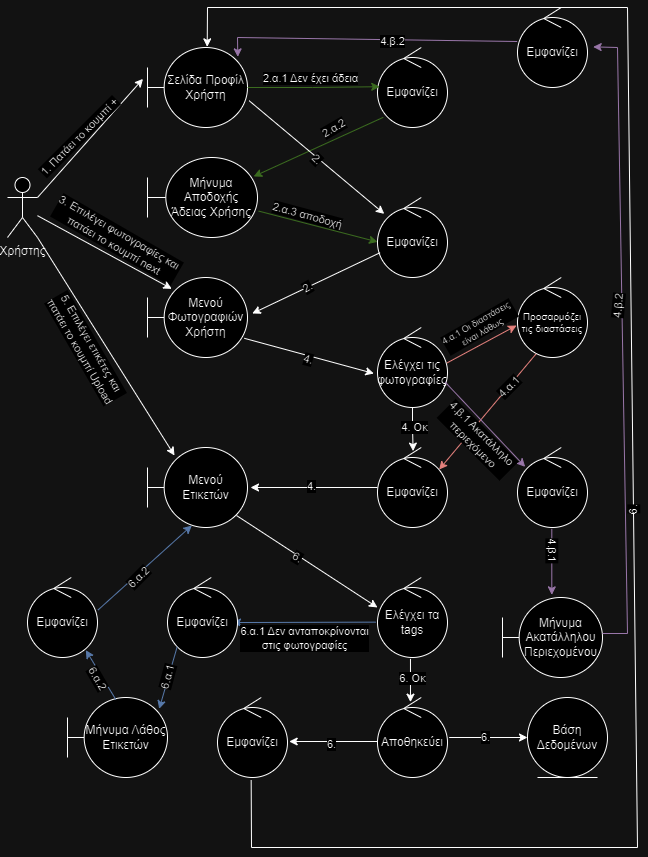
Above: Παραδοτέα/v0.1/components/robustness-diagrams/Robustness_Diagram_Ανέβασμα_Συνόλου.png in WhatToWear-org/WhatToWear (draw.io), before the change. Source tidied: cells renumbered, new cells last; positions are measured from the earlier drawing's top-left corner, leaving out a move shared by most shapes. Its diagram source:
```xml
<mxGraphModel>
  <root>
    <mxCell id="0" />
    <mxCell id="1" parent="0" />
    <mxCell id="2" value="Χρήστης" style="shape=umlActor;verticalLabelPosition=bottom;verticalAlign=top;html=1;" parent="1" vertex="1">
      <mxGeometry y="170" width="30" height="60" as="geometry" />
    </mxCell>
    <mxCell id="3" value="Σελίδα Προφίλ Χρήστη" style="shape=umlBoundary;whiteSpace=wrap;html=1;" parent="1" vertex="1">
      <mxGeometry x="140" y="40" width="100" height="80" as="geometry" />
    </mxCell>
    <mxCell id="4" value="Εμφανίζει" style="ellipse;shape=umlControl;whiteSpace=wrap;html=1;" parent="1" vertex="1">
      <mxGeometry x="370" y="40" width="70" height="80" as="geometry" />
    </mxCell>
    <mxCell id="5" value="Βάση Δεδομένων" style="ellipse;shape=umlEntity;whiteSpace=wrap;html=1;" parent="1" vertex="1">
      <mxGeometry x="520" y="690" width="80" height="80" as="geometry" />
    </mxCell>
    <mxCell id="6" style="endArrow=classic;html=1;rounded=0;exitX=1;exitY=0.3333333333333333;exitDx=0;exitDy=0;exitPerimeter=0;entryX=-0.045;entryY=0.392;entryDx=0;entryDy=0;entryPerimeter=0;" parent="1" edge="1" source="2" target="3">
      <mxGeometry relative="1" as="geometry" />
    </mxCell>
    <mxCell id="7" value="1. Πατάει το κουμπί +" style="edgeLabel;html=1;align=center;verticalAlign=middle;rotation=-45;" parent="6" vertex="1">
      <mxGeometry x="-0.1" y="-1" relative="1" as="geometry">
        <mxPoint x="-8" y="-7" as="offset" />
      </mxGeometry>
    </mxCell>
    <mxCell id="8" style="edgeStyle=orthogonalEdgeStyle;rounded=0;jettySize=auto;html=1;entryX=0.032;entryY=0.49;entryDx=0;entryDy=0;entryPerimeter=0;shadow=0;fillColor=#d5e8d4;strokeColor=#82b366;" parent="1" edge="1" source="3" target="4">
      <mxGeometry relative="1" as="geometry" />
    </mxCell>
    <mxCell id="9" value="2.α.1 Δεν έχει άδεια" style="edgeLabel;html=1;align=center;verticalAlign=middle;" parent="8" vertex="1">
      <mxGeometry x="-0.06" y="-2" relative="1" as="geometry">
        <mxPoint y="-12" as="offset" />
      </mxGeometry>
    </mxCell>
    <mxCell id="10" value="Μήνυμα Αποδοχής Άδειας Χρήσης" style="shape=umlBoundary;whiteSpace=wrap;html=1;" parent="1" vertex="1">
      <mxGeometry x="140" y="150" width="110" height="80" as="geometry" />
    </mxCell>
    <mxCell id="11" style="endArrow=classic;html=1;rounded=0;exitX=0.082;exitY=0.873;exitDx=0;exitDy=0;exitPerimeter=0;entryX=0.965;entryY=0.237;entryDx=0;entryDy=0;entryPerimeter=0;fillColor=#d5e8d4;strokeColor=#82b366;" parent="1" edge="1" source="4" target="10">
      <mxGeometry relative="1" as="geometry" />
    </mxCell>
    <mxCell id="12" value="2.α.2" style="edgeLabel;html=1;align=center;verticalAlign=middle;rotation=-30;" parent="11" vertex="1">
      <mxGeometry x="0.04" relative="1" as="geometry">
        <mxPoint x="16" y="-20" as="offset" />
      </mxGeometry>
    </mxCell>
    <mxCell id="13" style="endArrow=classic;html=1;rounded=0;exitX=1.016;exitY=0.665;exitDx=0;exitDy=0;exitPerimeter=0;" parent="1" edge="1" source="3" target="15">
      <mxGeometry relative="1" as="geometry" />
    </mxCell>
    <mxCell id="14" value="2." style="edgeLabel;html=1;align=center;verticalAlign=middle;rotation=45;" parent="13" vertex="1">
      <mxGeometry x="-0.47" y="1" relative="1" as="geometry">
        <mxPoint x="32" y="28" as="offset" />
      </mxGeometry>
    </mxCell>
    <mxCell id="15" value="Εμφανίζει" style="ellipse;shape=umlControl;whiteSpace=wrap;html=1;" parent="1" vertex="1">
      <mxGeometry x="370" y="190" width="70" height="80" as="geometry" />
    </mxCell>
    <mxCell id="16" value="Μενού Φωτογραφιών Χρήστη" style="shape=umlBoundary;whiteSpace=wrap;html=1;" parent="1" vertex="1">
      <mxGeometry x="140" y="270" width="100" height="80" as="geometry" />
    </mxCell>
    <mxCell id="17" style="endArrow=classic;html=1;rounded=0;entryX=1.048;entryY=0.45;entryDx=0;entryDy=0;entryPerimeter=0;" parent="1" edge="1" source="15" target="16">
      <mxGeometry relative="1" as="geometry" />
    </mxCell>
    <mxCell id="18" value="2." style="edgeLabel;html=1;align=center;verticalAlign=middle;rotation=-30;" parent="17" vertex="1">
      <mxGeometry x="0.07" y="2" relative="1" as="geometry">
        <mxPoint x="-5" as="offset" />
      </mxGeometry>
    </mxCell>
    <mxCell id="19" style="endArrow=classic;html=1;rounded=0;exitX=1.011;exitY=0.67;exitDx=0;exitDy=0;exitPerimeter=0;entryX=0;entryY=0.555;entryDx=0;entryDy=0;entryPerimeter=0;fillColor=#d5e8d4;strokeColor=#82b366;" parent="1" edge="1" source="10" target="15">
      <mxGeometry relative="1" as="geometry" />
    </mxCell>
    <mxCell id="20" value="2.α.3 αποδοχή" style="edgeLabel;html=1;align=center;verticalAlign=middle;rotation=15;" parent="19" vertex="1">
      <mxGeometry x="-0.4" y="2" relative="1" as="geometry">
        <mxPoint x="12" y="-4" as="offset" />
      </mxGeometry>
    </mxCell>
    <mxCell id="21" style="endArrow=classic;html=1;rounded=0;exitX=0.968;exitY=0.76;exitDx=0;exitDy=0;exitPerimeter=0;entryX=-0.051;entryY=0.575;entryDx=0;entryDy=0;entryPerimeter=0;" parent="1" edge="1" source="16" target="24">
      <mxGeometry relative="1" as="geometry" />
    </mxCell>
    <mxCell id="22" value="3. Επιλέγει φωτογραφίες και&amp;nbsp;&lt;div&gt;πατάει το κουμπί next&lt;/div&gt;" style="edgeLabel;html=1;align=center;verticalAlign=middle;rotation=30;" parent="21" vertex="1">
      <mxGeometry x="-0.23" y="1" relative="1" as="geometry">
        <mxPoint x="-177" y="-113" as="offset" />
      </mxGeometry>
    </mxCell>
    <mxCell id="23" value="4." style="edgeLabel;html=1;align=center;verticalAlign=middle;rotation=15;" parent="21" vertex="1">
      <mxGeometry x="-0.34" y="1" relative="1" as="geometry">
        <mxPoint x="20" y="9" as="offset" />
      </mxGeometry>
    </mxCell>
    <mxCell id="24" value="Ελέγχει τις φωτογραφίες" style="ellipse;shape=umlControl;whiteSpace=wrap;html=1;" parent="1" vertex="1">
      <mxGeometry x="370" y="320" width="70" height="80" as="geometry" />
    </mxCell>
    <mxCell id="25" value="Μενού Ετικετών" style="shape=umlBoundary;whiteSpace=wrap;html=1;" parent="1" vertex="1">
      <mxGeometry x="140" y="440" width="100" height="80" as="geometry" />
    </mxCell>
    <mxCell id="26" value="Εμφανίζει" style="ellipse;shape=umlControl;whiteSpace=wrap;html=1;" parent="1" vertex="1">
      <mxGeometry x="370" y="440" width="70" height="80" as="geometry" />
    </mxCell>
    <mxCell id="27" style="edgeStyle=orthogonalEdgeStyle;rounded=0;jettySize=auto;html=1;entryX=0.509;entryY=0.045;entryDx=0;entryDy=0;entryPerimeter=0;" parent="1" edge="1" source="24" target="26">
      <mxGeometry relative="1" as="geometry" />
    </mxCell>
    <mxCell id="28" value="4. Οκ" style="edgeLabel;html=1;align=center;verticalAlign=middle;" parent="27" vertex="1">
      <mxGeometry x="-0.06" relative="1" as="geometry" />
    </mxCell>
    <mxCell id="29" style="edgeStyle=orthogonalEdgeStyle;rounded=0;jettySize=auto;html=1;entryX=1.03;entryY=0.5;entryDx=0;entryDy=0;entryPerimeter=0;" parent="1" edge="1" source="26" target="25">
      <mxGeometry relative="1" as="geometry" />
    </mxCell>
    <mxCell id="30" value="4." style="edgeLabel;html=1;align=center;verticalAlign=middle;" parent="29" vertex="1">
      <mxGeometry x="0.04" y="-2" relative="1" as="geometry" />
    </mxCell>
    <mxCell id="31" style="endArrow=classic;html=1;rounded=0;entryX=0.243;entryY=0.142;entryDx=0;entryDy=0;entryPerimeter=0;" parent="1" edge="1" source="2" target="16">
      <mxGeometry relative="1" as="geometry" />
    </mxCell>
    <mxCell id="32" style="endArrow=classic;html=1;rounded=0;exitX=1;exitY=1;exitDx=0;exitDy=0;exitPerimeter=0;entryX=0.27;entryY=0.1;entryDx=0;entryDy=0;entryPerimeter=0;" parent="1" edge="1" source="2" target="25">
      <mxGeometry relative="1" as="geometry" />
    </mxCell>
    <mxCell id="33" value="5. Επιλέγει ετικέτες και&amp;nbsp;&lt;div&gt;πατάει το κουμπί Upload&lt;/div&gt;" style="edgeLabel;html=1;align=center;verticalAlign=middle;rotation=60;" parent="32" vertex="1">
      <mxGeometry x="-0.24" y="-1" relative="1" as="geometry">
        <mxPoint x="-1" y="27" as="offset" />
      </mxGeometry>
    </mxCell>
    <mxCell id="34" style="endArrow=classic;html=1;rounded=0;exitX=0.89;exitY=0.85;exitDx=0;exitDy=0;exitPerimeter=0;entryX=0;entryY=0.375;entryDx=0;entryDy=0;entryPerimeter=0;" parent="1" edge="1" source="25" target="36">
      <mxGeometry relative="1" as="geometry" />
    </mxCell>
    <mxCell id="35" value="6." style="edgeLabel;html=1;align=center;verticalAlign=middle;rotation=30;" parent="34" vertex="1">
      <mxGeometry x="-0.12" y="-1" relative="1" as="geometry" />
    </mxCell>
    <mxCell id="36" value="Ελέγχει τα tags" style="ellipse;shape=umlControl;whiteSpace=wrap;html=1;" parent="1" vertex="1">
      <mxGeometry x="370" y="570" width="70" height="80" as="geometry" />
    </mxCell>
    <mxCell id="37" value="Αποθηκεύει" style="ellipse;shape=umlControl;whiteSpace=wrap;html=1;" parent="1" vertex="1">
      <mxGeometry x="370" y="690" width="70" height="80" as="geometry" />
    </mxCell>
    <mxCell id="38" style="endArrow=classic;html=1;rounded=0;exitX=0.471;exitY=1.017;exitDx=0;exitDy=0;exitPerimeter=0;entryX=0.471;entryY=0.058;entryDx=0;entryDy=0;entryPerimeter=0;" parent="1" edge="1" source="36" target="37">
      <mxGeometry relative="1" as="geometry" />
    </mxCell>
    <mxCell id="39" value="6. Οκ" style="edgeLabel;html=1;align=center;verticalAlign=middle;" parent="38" vertex="1">
      <mxGeometry x="-0.17" y="1" relative="1" as="geometry" />
    </mxCell>
    <mxCell id="40" style="endArrow=classic;html=1;rounded=0;exitX=1.024;exitY=0.5;exitDx=0;exitDy=0;exitPerimeter=0;entryX=0;entryY=0.5;entryDx=0;entryDy=0;" parent="1" edge="1" source="37" target="5">
      <mxGeometry relative="1" as="geometry" />
    </mxCell>
    <mxCell id="41" value="6." style="edgeLabel;html=1;align=center;verticalAlign=middle;" parent="40" vertex="1">
      <mxGeometry x="-0.09" y="1" relative="1" as="geometry" />
    </mxCell>
    <mxCell id="42" value="Εμφανίζει" style="ellipse;shape=umlControl;whiteSpace=wrap;html=1;" parent="1" vertex="1">
      <mxGeometry x="210" y="690" width="70" height="80" as="geometry" />
    </mxCell>
    <mxCell id="43" style="endArrow=classic;html=1;rounded=0;exitX=-0.005;exitY=0.55;exitDx=0;exitDy=0;exitPerimeter=0;entryX=1.024;entryY=0.55;entryDx=0;entryDy=0;entryPerimeter=0;" parent="1" edge="1" source="37" target="42">
      <mxGeometry relative="1" as="geometry" />
    </mxCell>
    <mxCell id="44" value="6." style="edgeLabel;html=1;align=center;verticalAlign=middle;" parent="43" vertex="1">
      <mxGeometry x="0.07" y="2" relative="1" as="geometry" />
    </mxCell>
    <mxCell id="45" style="endArrow=classic;html=1;rounded=0;exitX=0.481;exitY=1.033;exitDx=0;exitDy=0;exitPerimeter=0;entryX=0.597;entryY=-0.008;entryDx=0;entryDy=0;entryPerimeter=0;" parent="1" edge="1" source="42" target="3">
      <mxGeometry relative="1" as="geometry">
        <Array as="points">
          <mxPoint x="244" y="840" />
          <mxPoint x="630" y="840" />
          <mxPoint x="620" />
          <mxPoint x="200" />
        </Array>
      </mxGeometry>
    </mxCell>
    <mxCell id="46" value="6." style="edgeLabel;html=1;align=center;verticalAlign=middle;rotation=-90;" parent="45" vertex="1">
      <mxGeometry x="-0.1" y="1" relative="1" as="geometry" />
    </mxCell>
    <mxCell id="47" value="Προσαρμόζει τις διαστάσεις" style="ellipse;shape=umlControl;whiteSpace=wrap;html=1;fontSize=10;" parent="1" vertex="1">
      <mxGeometry x="510" y="270" width="70" height="80" as="geometry" />
    </mxCell>
    <mxCell id="48" style="endArrow=classic;html=1;rounded=0;exitX=0.995;exitY=0.442;exitDx=0;exitDy=0;exitPerimeter=0;entryX=-0.014;entryY=0.6;entryDx=0;entryDy=0;entryPerimeter=0;fillColor=#f8cecc;strokeColor=#b85450;" parent="1" edge="1" source="24" target="47">
      <mxGeometry relative="1" as="geometry" />
    </mxCell>
    <mxCell id="49" value="4.α.1 Οι διαστάσεις&amp;nbsp;&lt;div style=&quot;font-size: 9px;&quot;&gt;είναι λάθως&lt;/div&gt;" style="edgeLabel;html=1;align=center;verticalAlign=middle;rotation=-30;fontSize=9;" parent="48" vertex="1">
      <mxGeometry y="3" relative="1" as="geometry">
        <mxPoint x="-3" y="-14" as="offset" />
      </mxGeometry>
    </mxCell>
    <mxCell id="50" style="endArrow=classic;html=1;rounded=0;exitX=0.262;exitY=0.958;exitDx=0;exitDy=0;exitPerimeter=0;fillColor=#f8cecc;strokeColor=#b85450;entryX=0.881;entryY=0.275;entryDx=0;entryDy=0;entryPerimeter=0;" parent="1" edge="1" source="47" target="26">
      <mxGeometry relative="1" as="geometry" />
    </mxCell>
    <mxCell id="51" value="4.α.1" style="edgeLabel;html=1;align=center;verticalAlign=middle;rotation=-45;" parent="50" vertex="1">
      <mxGeometry x="-0.29" y="3" relative="1" as="geometry">
        <mxPoint x="4" y="-9" as="offset" />
      </mxGeometry>
    </mxCell>
    <mxCell id="52" value="&lt;font style=&quot;font-size: 12px;&quot;&gt;Εμφανίζει&lt;/font&gt;" style="ellipse;shape=umlControl;whiteSpace=wrap;html=1;fontSize=10;" parent="1" vertex="1">
      <mxGeometry x="510" y="440" width="70" height="80" as="geometry" />
    </mxCell>
    <mxCell id="53" style="endArrow=classic;html=1;rounded=0;exitX=0.967;exitY=0.683;exitDx=0;exitDy=0;exitPerimeter=0;entryX=0.11;entryY=0.242;entryDx=0;entryDy=0;entryPerimeter=0;fillColor=#e1d5e7;strokeColor=#9673a6;" parent="1" edge="1" source="24" target="52">
      <mxGeometry relative="1" as="geometry" />
    </mxCell>
    <mxCell id="54" value="4.β.1 Ακατάλληλο&amp;nbsp;&lt;div&gt;περιεχόμενο&lt;/div&gt;" style="edgeLabel;html=1;align=center;verticalAlign=middle;rotation=45;" parent="53" vertex="1">
      <mxGeometry x="-0.38" y="-3" relative="1" as="geometry">
        <mxPoint x="10" y="27" as="offset" />
      </mxGeometry>
    </mxCell>
    <mxCell id="55" value="Μήνυμα Ακατάλληλου Περιεχομένου" style="shape=umlBoundary;whiteSpace=wrap;html=1;" parent="1" vertex="1">
      <mxGeometry x="495" y="590" width="100" height="80" as="geometry" />
    </mxCell>
    <mxCell id="56" style="endArrow=classic;html=1;rounded=0;exitX=0.49;exitY=1.017;exitDx=0;exitDy=0;exitPerimeter=0;entryX=0.493;entryY=-0.033;entryDx=0;entryDy=0;entryPerimeter=0;fillColor=#e1d5e7;strokeColor=#9673a6;" parent="1" edge="1" source="52" target="55">
      <mxGeometry relative="1" as="geometry" />
    </mxCell>
    <mxCell id="57" value="4.β.1" style="edgeLabel;html=1;align=center;verticalAlign=middle;rotation=90;" parent="56" vertex="1">
      <mxGeometry x="-0.32" y="2" relative="1" as="geometry" />
    </mxCell>
    <mxCell id="58" value="Εμφανίζει" style="ellipse;shape=umlControl;whiteSpace=wrap;html=1;" parent="1" vertex="1">
      <mxGeometry x="510" width="70" height="80" as="geometry" />
    </mxCell>
    <mxCell id="59" style="endArrow=classic;html=1;rounded=0;exitX=1;exitY=0.45;exitDx=0;exitDy=0;entryX=1.081;entryY=0.492;entryDx=0;entryDy=0;entryPerimeter=0;exitPerimeter=0;fillColor=#e1d5e7;strokeColor=#9673a6;" parent="1" edge="1" source="55" target="58">
      <mxGeometry relative="1" as="geometry">
        <Array as="points">
          <mxPoint x="620" y="626" />
          <mxPoint x="610" y="40" />
        </Array>
      </mxGeometry>
    </mxCell>
    <mxCell id="60" value="4.β.2" style="edgeLabel;html=1;align=center;verticalAlign=middle;rotation=-85;" parent="59" vertex="1">
      <mxGeometry x="-0.36" y="1" relative="1" as="geometry">
        <mxPoint x="-6" y="-148" as="offset" />
      </mxGeometry>
    </mxCell>
    <mxCell id="61" style="endArrow=classic;html=1;rounded=0;exitX=-0.005;exitY=0.425;exitDx=0;exitDy=0;exitPerimeter=0;entryX=0.903;entryY=0.117;entryDx=0;entryDy=0;entryPerimeter=0;fillColor=#e1d5e7;strokeColor=#9673a6;" parent="1" edge="1" source="58" target="3">
      <mxGeometry relative="1" as="geometry">
        <Array as="points">
          <mxPoint x="230" y="30" />
        </Array>
      </mxGeometry>
    </mxCell>
    <mxCell id="62" value="4.β.2" style="edgeLabel;html=1;align=center;verticalAlign=middle;" parent="61" vertex="1">
      <mxGeometry x="-0.16" y="1" relative="1" as="geometry" />
    </mxCell>
    <mxCell id="63" style="endArrow=classic;html=1;rounded=0;exitX=-0.024;exitY=0.558;exitDx=0;exitDy=0;exitPerimeter=0;fillColor=#dae8fc;strokeColor=#6c8ebf;entryX=0.929;entryY=0.563;entryDx=0;entryDy=0;entryPerimeter=0;" parent="1" edge="1" source="36" target="65">
      <mxGeometry relative="1" as="geometry" />
    </mxCell>
    <mxCell id="64" value="6.α.1 Δεν ανταποκρίνονται&lt;div&gt;στις φωτογραφίες&lt;/div&gt;" style="edgeLabel;html=1;align=center;verticalAlign=middle;" parent="63" vertex="1">
      <mxGeometry x="0.25" y="-1" relative="1" as="geometry">
        <mxPoint x="18" y="16" as="offset" />
      </mxGeometry>
    </mxCell>
    <mxCell id="65" value="Εμφανίζει" style="ellipse;shape=umlControl;whiteSpace=wrap;html=1;" parent="1" vertex="1">
      <mxGeometry x="160" y="570" width="70" height="80" as="geometry" />
    </mxCell>
    <mxCell id="66" value="Μήνυμα Λάθος Ετικετών" style="shape=umlBoundary;whiteSpace=wrap;html=1;" parent="1" vertex="1">
      <mxGeometry x="60" y="690" width="100" height="80" as="geometry" />
    </mxCell>
    <mxCell id="67" style="endArrow=classic;html=1;rounded=0;exitX=0.138;exitY=0.867;exitDx=0;exitDy=0;exitPerimeter=0;entryX=0.917;entryY=0.142;entryDx=0;entryDy=0;entryPerimeter=0;fillColor=#dae8fc;strokeColor=#6c8ebf;" parent="1" edge="1" source="65" target="66">
      <mxGeometry relative="1" as="geometry" />
    </mxCell>
    <mxCell id="68" value="6.α.1" style="edgeLabel;html=1;align=center;verticalAlign=middle;rotation=-75;" parent="67" vertex="1">
      <mxGeometry x="0.12" y="-2" relative="1" as="geometry">
        <mxPoint x="2" y="-3" as="offset" />
      </mxGeometry>
    </mxCell>
    <mxCell id="69" value="Εμφανίζει" style="ellipse;shape=umlControl;whiteSpace=wrap;html=1;" parent="1" vertex="1">
      <mxGeometry x="20" y="570" width="70" height="80" as="geometry" />
    </mxCell>
    <mxCell id="70" style="endArrow=classic;html=1;rounded=0;exitX=0.483;exitY=0.025;exitDx=0;exitDy=0;exitPerimeter=0;entryX=0.833;entryY=0.908;entryDx=0;entryDy=0;entryPerimeter=0;fillColor=#dae8fc;strokeColor=#6c8ebf;" parent="1" edge="1" source="66" target="69">
      <mxGeometry relative="1" as="geometry" />
    </mxCell>
    <mxCell id="71" value="6.α.2" style="edgeLabel;html=1;align=center;verticalAlign=middle;rotation=60;" parent="70" vertex="1">
      <mxGeometry x="0.35" relative="1" as="geometry">
        <mxPoint x="2" y="11" as="offset" />
      </mxGeometry>
    </mxCell>
    <mxCell id="72" style="endArrow=classic;html=1;rounded=0;exitX=1.005;exitY=0.408;exitDx=0;exitDy=0;exitPerimeter=0;entryX=0.443;entryY=0.975;entryDx=0;entryDy=0;entryPerimeter=0;fillColor=#dae8fc;strokeColor=#6c8ebf;" parent="1" edge="1" source="69" target="25">
      <mxGeometry relative="1" as="geometry" />
    </mxCell>
    <mxCell id="73" value="6.α.2" style="edgeLabel;html=1;align=center;verticalAlign=middle;rotation=-45;" parent="72" vertex="1">
      <mxGeometry x="0.21" y="3" relative="1" as="geometry">
        <mxPoint x="-15" y="21" as="offset" />
      </mxGeometry>
    </mxCell>
  </root>
</mxGraphModel>
```
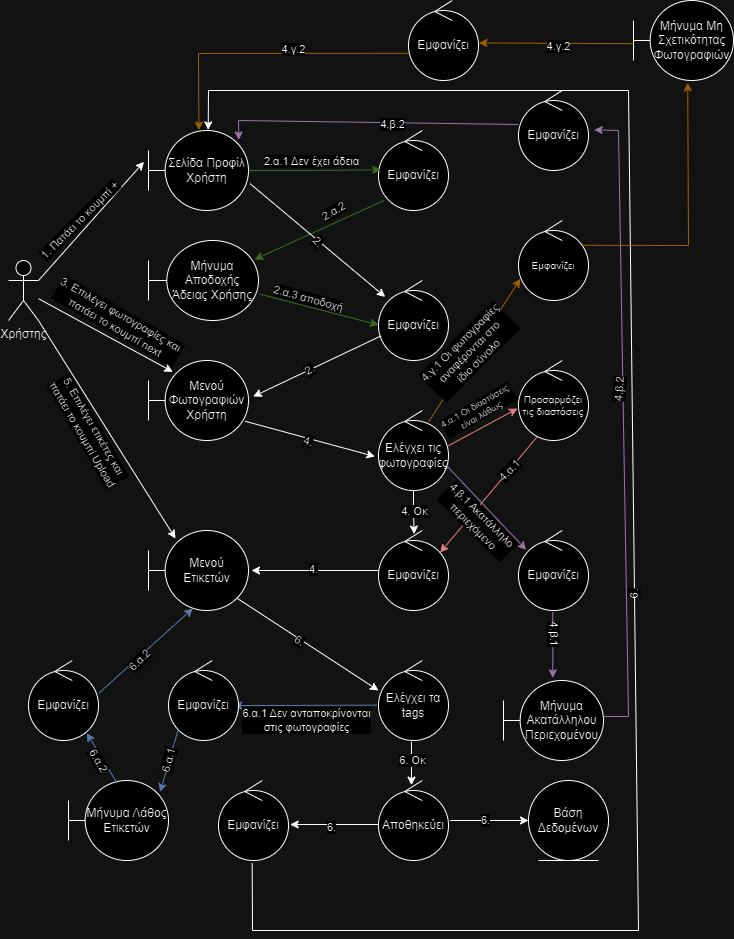
Later version of the same file.

The edit, as a diff of the source:
```diff
@@ -268,5 +268,43 @@
         <mxPoint x="-15" y="21" as="offset" />
       </mxGeometry>
     </mxCell>
+    <mxCell id="74" style="endArrow=classic;html=1;rounded=0;exitX=0.714;exitY=0.145;exitDx=0;exitDy=0;exitPerimeter=0;entryX=0.026;entryY=0.73;entryDx=0;entryDy=0;entryPerimeter=0;fillColor=#ffe6cc;strokeColor=#d79b00;" parent="1" edge="1" source="24" target="76">
+      <mxGeometry relative="1" as="geometry" />
+    </mxCell>
+    <mxCell id="75" value="4.γ.1 Οι φωτογραφίες&lt;div&gt;αναφέρονται στο&lt;/div&gt;&lt;div&gt;ίδιο σύνολο&lt;/div&gt;" style="edgeLabel;html=1;align=center;verticalAlign=middle;rotation=-45;" parent="74" vertex="1">
+      <mxGeometry x="-0.06" y="4" relative="1" as="geometry" />
+    </mxCell>
+    <mxCell id="76" value="Εμφανίζει" style="ellipse;shape=umlControl;whiteSpace=wrap;html=1;fontSize=10;" parent="1" vertex="1">
+      <mxGeometry x="510" y="130" width="70" height="80" as="geometry" />
+    </mxCell>
+    <mxCell id="77" style="endArrow=classic;html=1;rounded=0;exitX=0.909;exitY=0.31;exitDx=0;exitDy=0;exitPerimeter=0;fillColor=#ffe6cc;strokeColor=#d79b00;entryX=0.542;entryY=1.03;entryDx=0;entryDy=0;entryPerimeter=0;" parent="1" edge="1" source="76" target="78">
+      <mxGeometry relative="1" as="geometry">
+        <Array as="points">
+          <mxPoint x="680" y="155" />
+        </Array>
+      </mxGeometry>
+    </mxCell>
+    <mxCell id="78" value="Μήνυμα Μη Σχετικότητας Φωτογραφιών" style="shape=umlBoundary;whiteSpace=wrap;html=1;" parent="1" vertex="1">
+      <mxGeometry x="625" y="-90" width="100" height="80" as="geometry" />
+    </mxCell>
+    <mxCell id="79" style="endArrow=classic;html=1;rounded=0;exitX=-0.01;exitY=0.54;exitDx=0;exitDy=0;exitPerimeter=0;entryX=1.006;entryY=0.53;entryDx=0;entryDy=0;entryPerimeter=0;fillColor=#ffe6cc;strokeColor=#d79b00;" parent="1" edge="1" source="78" target="81">
+      <mxGeometry relative="1" as="geometry" />
+    </mxCell>
+    <mxCell id="80" value="4.γ.2" style="edgeLabel;html=1;align=center;verticalAlign=middle;" parent="79" vertex="1">
+      <mxGeometry x="-0.03" y="3" relative="1" as="geometry" />
+    </mxCell>
+    <mxCell id="81" value="Εμφανίζει" style="ellipse;shape=umlControl;whiteSpace=wrap;html=1;" parent="1" vertex="1">
+      <mxGeometry x="400" y="-90" width="70" height="80" as="geometry" />
+    </mxCell>
+    <mxCell id="82" style="endArrow=classic;html=1;rounded=0;exitX=0;exitY=0.66;exitDx=0;exitDy=0;exitPerimeter=0;entryX=0.504;entryY=-0.005;entryDx=0;entryDy=0;entryPerimeter=0;fillColor=#ffe6cc;strokeColor=#d79b00;" parent="1" edge="1" source="81" target="3">
+      <mxGeometry relative="1" as="geometry">
+        <Array as="points">
+          <mxPoint x="190" y="-37" />
+        </Array>
+      </mxGeometry>
+    </mxCell>
+    <mxCell id="83" value="4.γ.2" style="edgeLabel;html=1;align=center;verticalAlign=middle;" parent="82" vertex="1">
+      <mxGeometry x="-0.2" y="-4" relative="1" as="geometry" />
+    </mxCell>
   </root>
 </mxGraphModel>
```
